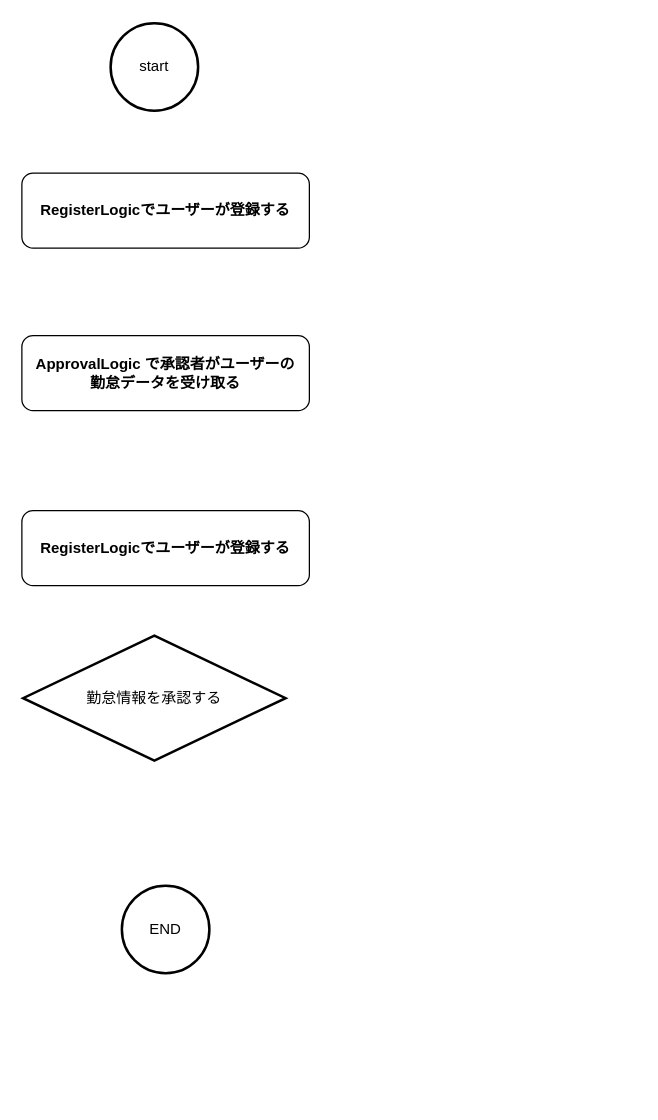
This is page "ページ1" (1 of 2) of フローチャート.drawio from satosatoaa/kensyu, a draw.io file, before an edit. Source tidied: cells renumbered, new cells numbered last; positions are measured from the earlier drawing's top-left corner, leaving out a move shared by most shapes. Both pictures are drawn from the tidied source at 125%, with x=0, y=0 at pixel (21, 22).
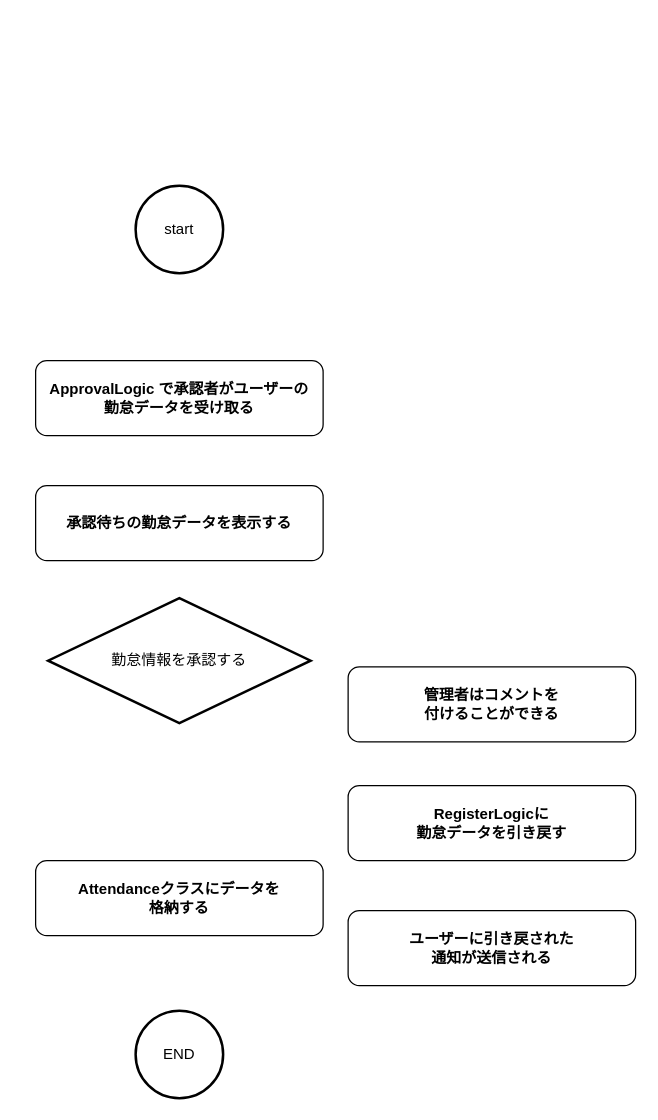
The same page after the edit.

Commit message (it also covers changes not shown here):
フローチャート.drawio を更新します

The edit, as a diff of the source:
```diff
@@
 <mxGraphModel>
   <root>
     <mxCell id="0" />
     <mxCell id="1" parent="0" />
     <mxCell id="2" value="&lt;span style=&quot;font-weight: 700;&quot;&gt;ApprovalLogic で承認者がユーザーの&lt;/span&gt;&lt;div&gt;&lt;span style=&quot;font-weight: 700;&quot;&gt;勤怠データを受け取る&lt;/span&gt;&lt;/div&gt;" style="rounded=1;whiteSpace=wrap;html=1;" parent="1" vertex="1">
-      <mxGeometry y="250" width="230" height="60" as="geometry" />
+      <mxGeometry x="11" y="270" width="230" height="60" as="geometry" />
     </mxCell>
     <mxCell id="3" value="start" style="strokeWidth=2;html=1;shape=mxgraph.flowchart.start_2;whiteSpace=wrap;" parent="1" vertex="1">
-      <mxGeometry x="71" width="70" height="70" as="geometry" />
+      <mxGeometry x="91" y="130" width="70" height="70" as="geometry" />
     </mxCell>
     <mxCell id="4" value="END" style="strokeWidth=2;html=1;shape=mxgraph.flowchart.start_2;whiteSpace=wrap;" parent="1" vertex="1">
-      <mxGeometry x="80" y="690" width="70" height="70" as="geometry" />
+      <mxGeometry x="91" y="790" width="70" height="70" as="geometry" />
     </mxCell>
-    <mxCell id="5" value="&lt;span style=&quot;font-weight: 700;&quot;&gt;RegisterLogicでユーザーが登録する&lt;/span&gt;" style="rounded=1;whiteSpace=wrap;html=1;" parent="1" vertex="1">
-      <mxGeometry y="120" width="230" height="60" as="geometry" />
-    </mxCell>
-    <mxCell id="6" value="&lt;span style=&quot;font-weight: 700;&quot;&gt;RegisterLogicでユーザーが登録する&lt;/span&gt;" style="rounded=1;whiteSpace=wrap;html=1;" parent="1" vertex="1">
-      <mxGeometry y="390" width="230" height="60" as="geometry" />
-    </mxCell>
     <mxCell id="7" value="勤怠情報を承認する" style="strokeWidth=2;html=1;shape=mxgraph.flowchart.decision;whiteSpace=wrap;" parent="1" vertex="1">
-      <mxGeometry x="1" y="490" width="210" height="100" as="geometry" />
+      <mxGeometry x="21" y="460" width="210" height="100" as="geometry" />
     </mxCell>
+    <mxCell id="8" value="&lt;span style=&quot;font-weight: 700; background-color: initial;&quot;&gt;承認待ちの勤怠データを表示する&lt;/span&gt;" style="rounded=1;whiteSpace=wrap;html=1;" parent="1" vertex="1">
+      <mxGeometry x="11" y="370" width="230" height="60" as="geometry" />
+    </mxCell>
+    <mxCell id="9" value="&lt;span style=&quot;font-weight: 700;&quot;&gt;RegisterLogic&lt;/span&gt;&lt;b&gt;に&lt;/b&gt;&lt;div&gt;&lt;b&gt;勤怠データを引き戻す&lt;/b&gt;&lt;/div&gt;" style="rounded=1;whiteSpace=wrap;html=1;" parent="1" vertex="1">
+      <mxGeometry x="261" y="610" width="230" height="60" as="geometry" />
+    </mxCell>
+    <mxCell id="10" value="&lt;b&gt;ユーザーに引き戻された&lt;/b&gt;&lt;div&gt;&lt;b&gt;通知が送信される&lt;/b&gt;&lt;/div&gt;" style="rounded=1;whiteSpace=wrap;html=1;" parent="1" vertex="1">
+      <mxGeometry x="261" y="710" width="230" height="60" as="geometry" />
+    </mxCell>
+    <mxCell id="11" value="&lt;span style=&quot;font-weight: 700;&quot;&gt;Attendanceクラスにデータを&lt;/span&gt;&lt;br&gt;&lt;div&gt;&lt;b&gt;格納する&lt;/b&gt;&lt;/div&gt;" style="rounded=1;whiteSpace=wrap;html=1;" parent="1" vertex="1">
+      <mxGeometry x="11" y="670" width="230" height="60" as="geometry" />
+    </mxCell>
+    <mxCell id="12" value="&lt;b&gt;管理者はコメントを&lt;/b&gt;&lt;div&gt;&lt;b&gt;付けることができる&lt;/b&gt;&lt;/div&gt;" style="rounded=1;whiteSpace=wrap;html=1;" parent="1" vertex="1">
+      <mxGeometry x="261" y="515" width="230" height="60" as="geometry" />
+    </mxCell>
   </root>
 </mxGraphModel>
```
